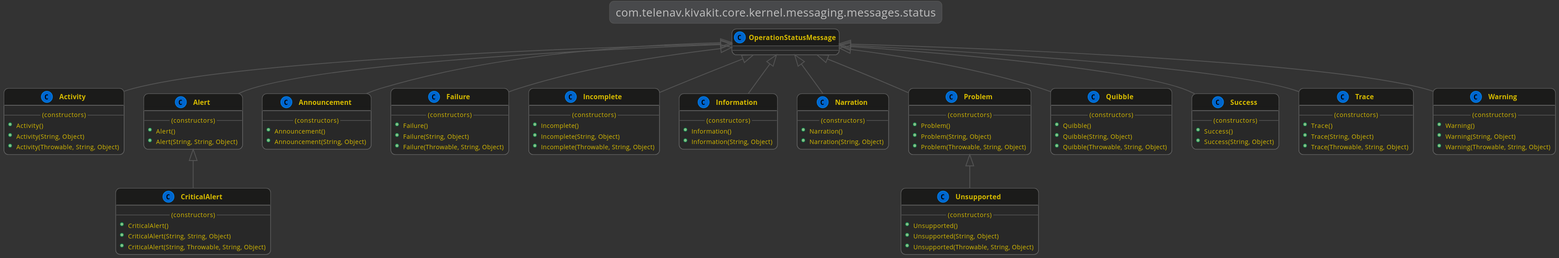
Before: kivakit-core/kernel/documentation/diagrams/com.telenav.kivakit.core.kernel.messaging.messages.status.svg, a diagram exported from PlantUML (Telenav/kivakit). The source it was exported from:
```plantuml
@startuml

    !include ../lexakai/lexakai.theme

    title "com.telenav.kivakit.core.kernel.messaging.messages.status"

    OperationStatusMessage <|-- Activity
    class Activity
    {
        --(constructors)--
        +Activity()
        +Activity(String, Object)
        +Activity(Throwable, String, Object)
    }

    OperationStatusMessage <|-- Alert
    class Alert
    {
        --(constructors)--
        +Alert()
        +Alert(String, String, Object)
    }

    OperationStatusMessage <|-- Announcement
    class Announcement
    {
        --(constructors)--
        +Announcement()
        +Announcement(String, Object)
    }

    Alert <|-- CriticalAlert
    class CriticalAlert
    {
        --(constructors)--
        +CriticalAlert()
        +CriticalAlert(String, String, Object)
        +CriticalAlert(String, Throwable, String, Object)
    }

    OperationStatusMessage <|-- Failure
    class Failure
    {
        --(constructors)--
        +Failure()
        +Failure(String, Object)
        +Failure(Throwable, String, Object)
    }

    OperationStatusMessage <|-- Incomplete
    class Incomplete
    {
        --(constructors)--
        +Incomplete()
        +Incomplete(String, Object)
        +Incomplete(Throwable, String, Object)
    }

    OperationStatusMessage <|-- Information
    class Information
    {
        --(constructors)--
        +Information()
        +Information(String, Object)
    }

    OperationStatusMessage <|-- Narration
    class Narration
    {
        --(constructors)--
        +Narration()
        +Narration(String, Object)
    }

    OperationStatusMessage <|-- Problem
    class Problem
    {
        --(constructors)--
        +Problem()
        +Problem(String, Object)
        +Problem(Throwable, String, Object)
    }

    OperationStatusMessage <|-- Quibble
    class Quibble
    {
        --(constructors)--
        +Quibble()
        +Quibble(String, Object)
        +Quibble(Throwable, String, Object)
    }

    OperationStatusMessage <|-- Success
    class Success
    {
        --(constructors)--
        +Success()
        +Success(String, Object)
    }

    OperationStatusMessage <|-- Trace
    class Trace
    {
        --(constructors)--
        +Trace()
        +Trace(String, Object)
        +Trace(Throwable, String, Object)
    }

    Problem <|-- Unsupported
    class Unsupported
    {
        --(constructors)--
        +Unsupported()
        +Unsupported(String, Object)
        +Unsupported(Throwable, String, Object)
    }

    OperationStatusMessage <|-- Warning
    class Warning
    {
        --(constructors)--
        +Warning()
        +Warning(String, Object)
        +Warning(Throwable, String, Object)
    }

@enduml
```
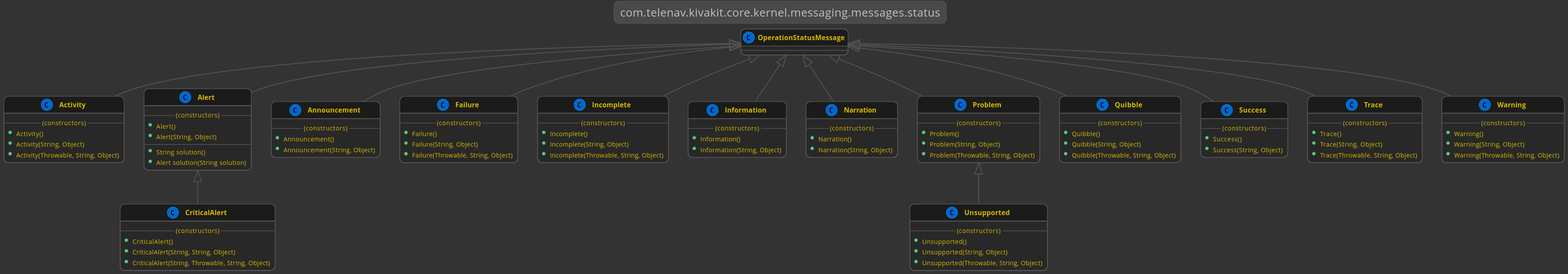
The same diagram one commit later.

The edit, as a diff of the source:
```diff
@@ -18,7 +18,10 @@
     {
         --(constructors)--
         +Alert()
-        +Alert(String, String, Object)
+        +Alert(String, Object)
+        --
+        +String solution()
+        +Alert solution(String solution)
     }
 
     OperationStatusMessage <|-- Announcement
```
